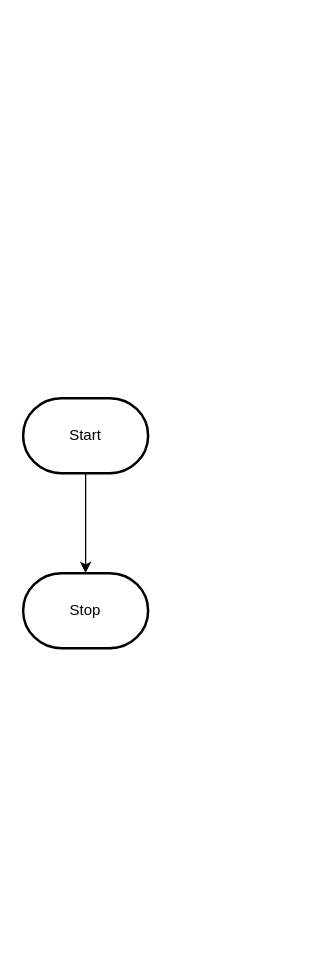
This is design/flowchart.drawio from MTHS-ICS2O-2-2022/ICS2O-Unit-6-03-Mariam-Kasim, a draw.io file, before an edit. Source tidied: cells renumbered, new cells numbered last; positions are measured from the earlier drawing's top-left corner, leaving out a move shared by most shapes. Both pictures are drawn from the tidied source at 125%, with x=0, y=0 at pixel (22, 398).
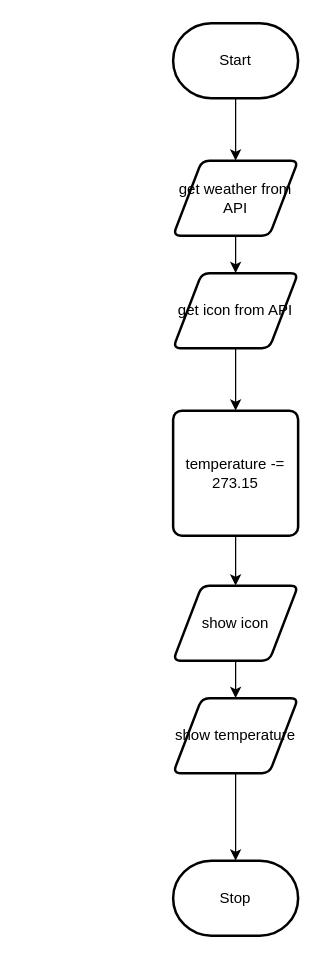
The same diagram, later.

What changed in the source:
```diff
@@
 <mxGraphModel>
   <root>
     <mxCell id="0" />
     <mxCell id="1" parent="0" />
-    <mxCell id="2" style="edgeStyle=orthogonalEdgeStyle;html=1;rounded=0;" parent="1" edge="1" source="3" target="4">
-      <mxGeometry relative="1" as="geometry" />
-    </mxCell>
+    <mxCell id="5" style="edgeStyle=none;html=1;entryX=0.5;entryY=0;entryDx=0;entryDy=0;" parent="1" edge="1" source="3" target="7">
+      <mxGeometry relative="1" as="geometry" />
+    </mxCell>
     <mxCell id="3" value="Start" style="strokeWidth=2;html=1;shape=mxgraph.flowchart.terminator;whiteSpace=wrap;" parent="1" vertex="1">
-      <mxGeometry width="100" height="60" as="geometry" />
+      <mxGeometry x="120" y="-300" width="100" height="60" as="geometry" />
     </mxCell>
     <mxCell id="4" value="Stop" style="strokeWidth=2;html=1;shape=mxgraph.flowchart.terminator;whiteSpace=wrap;" parent="1" vertex="1">
-      <mxGeometry y="140" width="100" height="60" as="geometry" />
+      <mxGeometry x="120" y="370" width="100" height="60" as="geometry" />
     </mxCell>
+    <mxCell id="6" style="edgeStyle=none;html=1;" parent="1" edge="1" source="7" target="9">
+      <mxGeometry relative="1" as="geometry" />
+    </mxCell>
+    <mxCell id="7" value="get weather from API" style="shape=parallelogram;html=1;strokeWidth=2;perimeter=parallelogramPerimeter;whiteSpace=wrap;rounded=1;arcSize=12;size=0.23;" parent="1" vertex="1">
+      <mxGeometry x="120" y="-190" width="100" height="60" as="geometry" />
+    </mxCell>
+    <mxCell id="8" style="edgeStyle=none;html=1;" parent="1" edge="1" source="9" target="11">
+      <mxGeometry relative="1" as="geometry" />
+    </mxCell>
+    <mxCell id="9" value="get icon from API" style="shape=parallelogram;html=1;strokeWidth=2;perimeter=parallelogramPerimeter;whiteSpace=wrap;rounded=1;arcSize=12;size=0.23;" parent="1" vertex="1">
+      <mxGeometry x="120" y="-100" width="100" height="60" as="geometry" />
+    </mxCell>
+    <mxCell id="10" style="edgeStyle=none;html=1;" parent="1" edge="1" source="11" target="13">
+      <mxGeometry relative="1" as="geometry" />
+    </mxCell>
+    <mxCell id="11" value="temperature -=&lt;br&gt;273.15" style="rounded=1;whiteSpace=wrap;html=1;absoluteArcSize=1;arcSize=14;strokeWidth=2;" parent="1" vertex="1">
+      <mxGeometry x="120" y="10" width="100" height="100" as="geometry" />
+    </mxCell>
+    <mxCell id="12" style="edgeStyle=none;html=1;" parent="1" edge="1" source="13" target="15">
+      <mxGeometry relative="1" as="geometry" />
+    </mxCell>
+    <mxCell id="13" value="show icon" style="shape=parallelogram;html=1;strokeWidth=2;perimeter=parallelogramPerimeter;whiteSpace=wrap;rounded=1;arcSize=12;size=0.23;" parent="1" vertex="1">
+      <mxGeometry x="120" y="150" width="100" height="60" as="geometry" />
+    </mxCell>
+    <mxCell id="14" style="edgeStyle=none;html=1;entryX=0.5;entryY=0;entryDx=0;entryDy=0;entryPerimeter=0;" parent="1" edge="1" source="15" target="4">
+      <mxGeometry relative="1" as="geometry" />
+    </mxCell>
+    <mxCell id="15" value="show temperature" style="shape=parallelogram;html=1;strokeWidth=2;perimeter=parallelogramPerimeter;whiteSpace=wrap;rounded=1;arcSize=12;size=0.23;" parent="1" vertex="1">
+      <mxGeometry x="120" y="240" width="100" height="60" as="geometry" />
+    </mxCell>
   </root>
 </mxGraphModel>
```
